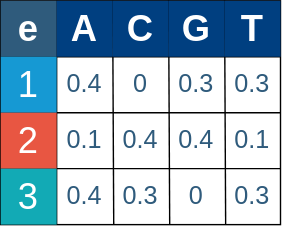
This is HMM_Algorithms/img/HMM_Emissions.svg from CastleAf/IST_BioInformaticsCourse, a draw.io export, as it was before one commit. Source tidied: cells renumbered, new cells last; positions are measured from the earlier drawing's top-left corner, leaving out a move shared by most shapes.
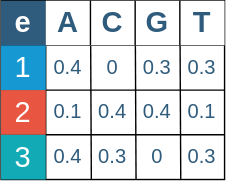
The same file after the commit.

Commit message:
Updated Emission Probabilities Image

Diff of the diagram source:
```diff
@@ -44,16 +44,16 @@
     <mxCell id="13" value="&lt;font style=&quot;font-size: 26px&quot;&gt;3&lt;/font&gt;" style="text;html=1;strokeColor=none;align=center;verticalAlign=middle;whiteSpace=wrap;rounded=0;fillColor=#12AAB5;fontColor=#FFFFFF;" parent="1" vertex="1">
       <mxGeometry y="120" width="40" height="40" as="geometry" />
     </mxCell>
-    <mxCell id="14" value="&lt;font style=&quot;font-size: 26px&quot;&gt;&lt;b&gt;A&lt;/b&gt;&lt;/font&gt;" style="text;html=1;strokeColor=none;align=center;verticalAlign=middle;whiteSpace=wrap;rounded=0;fontColor=#FFFFFF;fillColor=#003F80;" parent="1" vertex="1">
+    <mxCell id="14" value="&lt;font style=&quot;font-size: 26px&quot;&gt;&lt;b&gt;A&lt;/b&gt;&lt;/font&gt;" style="text;html=1;strokeColor=none;align=center;verticalAlign=middle;whiteSpace=wrap;rounded=0;fillColor=#FFFFFF;fontColor=#2F5B7C;" parent="1" vertex="1">
       <mxGeometry x="40" width="40" height="40" as="geometry" />
     </mxCell>
-    <mxCell id="15" value="&lt;font style=&quot;font-size: 26px&quot;&gt;&lt;b&gt;C&lt;/b&gt;&lt;/font&gt;" style="text;html=1;strokeColor=none;align=center;verticalAlign=middle;whiteSpace=wrap;rounded=0;fontColor=#FFFFFF;fillColor=#003F80;" parent="1" vertex="1">
+    <mxCell id="15" value="&lt;font style=&quot;font-size: 26px&quot;&gt;&lt;b&gt;C&lt;/b&gt;&lt;/font&gt;" style="text;html=1;strokeColor=none;align=center;verticalAlign=middle;whiteSpace=wrap;rounded=0;fillColor=#FFFFFF;fontColor=#2F5B7C;" parent="1" vertex="1">
       <mxGeometry x="80" width="40" height="40" as="geometry" />
     </mxCell>
-    <mxCell id="16" value="&lt;font style=&quot;font-size: 26px&quot;&gt;&lt;b&gt;G&lt;/b&gt;&lt;/font&gt;" style="text;html=1;strokeColor=none;align=center;verticalAlign=middle;whiteSpace=wrap;rounded=0;fontColor=#FFFFFF;fillColor=#003F80;" parent="1" vertex="1">
+    <mxCell id="16" value="&lt;font style=&quot;font-size: 26px&quot;&gt;&lt;b&gt;G&lt;/b&gt;&lt;/font&gt;" style="text;html=1;strokeColor=none;align=center;verticalAlign=middle;whiteSpace=wrap;rounded=0;fillColor=#FFFFFF;fontColor=#2F5B7C;" parent="1" vertex="1">
       <mxGeometry x="120" width="40" height="40" as="geometry" />
     </mxCell>
-    <mxCell id="17" value="&lt;font style=&quot;font-size: 26px&quot;&gt;&lt;b&gt;T&lt;/b&gt;&lt;/font&gt;" style="text;html=1;strokeColor=none;align=center;verticalAlign=middle;whiteSpace=wrap;rounded=0;fontColor=#FFFFFF;fillColor=#003F80;" parent="1" vertex="1">
+    <mxCell id="17" value="&lt;font style=&quot;font-size: 26px&quot;&gt;&lt;b&gt;T&lt;/b&gt;&lt;/font&gt;" style="text;html=1;strokeColor=none;align=center;verticalAlign=middle;whiteSpace=wrap;rounded=0;fillColor=#FFFFFF;fontColor=#2F5B7C;" parent="1" vertex="1">
       <mxGeometry x="160" width="40" height="40" as="geometry" />
     </mxCell>
     <mxCell id="18" value="&lt;font style=&quot;font-size: 18px&quot; color=&quot;#2f5b7c&quot;&gt;0.4&lt;/font&gt;" style="text;html=1;strokeColor=none;fillColor=none;align=center;verticalAlign=middle;whiteSpace=wrap;rounded=0;fontColor=#FFFFFF;" parent="1" vertex="1">
@@ -92,5 +92,18 @@
     <mxCell id="29" value="&lt;font style=&quot;font-size: 18px&quot; color=&quot;#2f5b7c&quot;&gt;0.4&lt;/font&gt;" style="text;html=1;strokeColor=none;fillColor=none;align=center;verticalAlign=middle;whiteSpace=wrap;rounded=0;fontColor=#FFFFFF;" parent="1" vertex="1">
       <mxGeometry x="40" y="120" width="40" height="40" as="geometry" />
     </mxCell>
+    <mxCell id="30" style="endArrow=none;html=1;fontColor=#003F80;entryX=1;entryY=0;entryDx=0;entryDy=0;exitX=1;exitY=0;exitDx=0;exitDy=0;" parent="1" edge="1" source="18" target="14">
+      <mxGeometry relative="1" as="geometry" />
+    </mxCell>
+    <mxCell id="31" style="endArrow=none;html=1;fontColor=#003F80;entryX=1;entryY=0;entryDx=0;entryDy=0;exitX=0;exitY=0;exitDx=0;exitDy=0;" parent="1" edge="1" source="20" target="15">
+      <mxGeometry relative="1" as="geometry">
+        <Array as="points">
+          <mxPoint x="120" y="20" />
+        </Array>
+      </mxGeometry>
+    </mxCell>
+    <mxCell id="32" style="endArrow=none;html=1;fontColor=#003F80;entryX=1;entryY=0;entryDx=0;entryDy=0;exitX=1;exitY=0;exitDx=0;exitDy=0;" parent="1" edge="1" source="20" target="16">
+      <mxGeometry relative="1" as="geometry" />
+    </mxCell>
   </root>
 </mxGraphModel>
```
